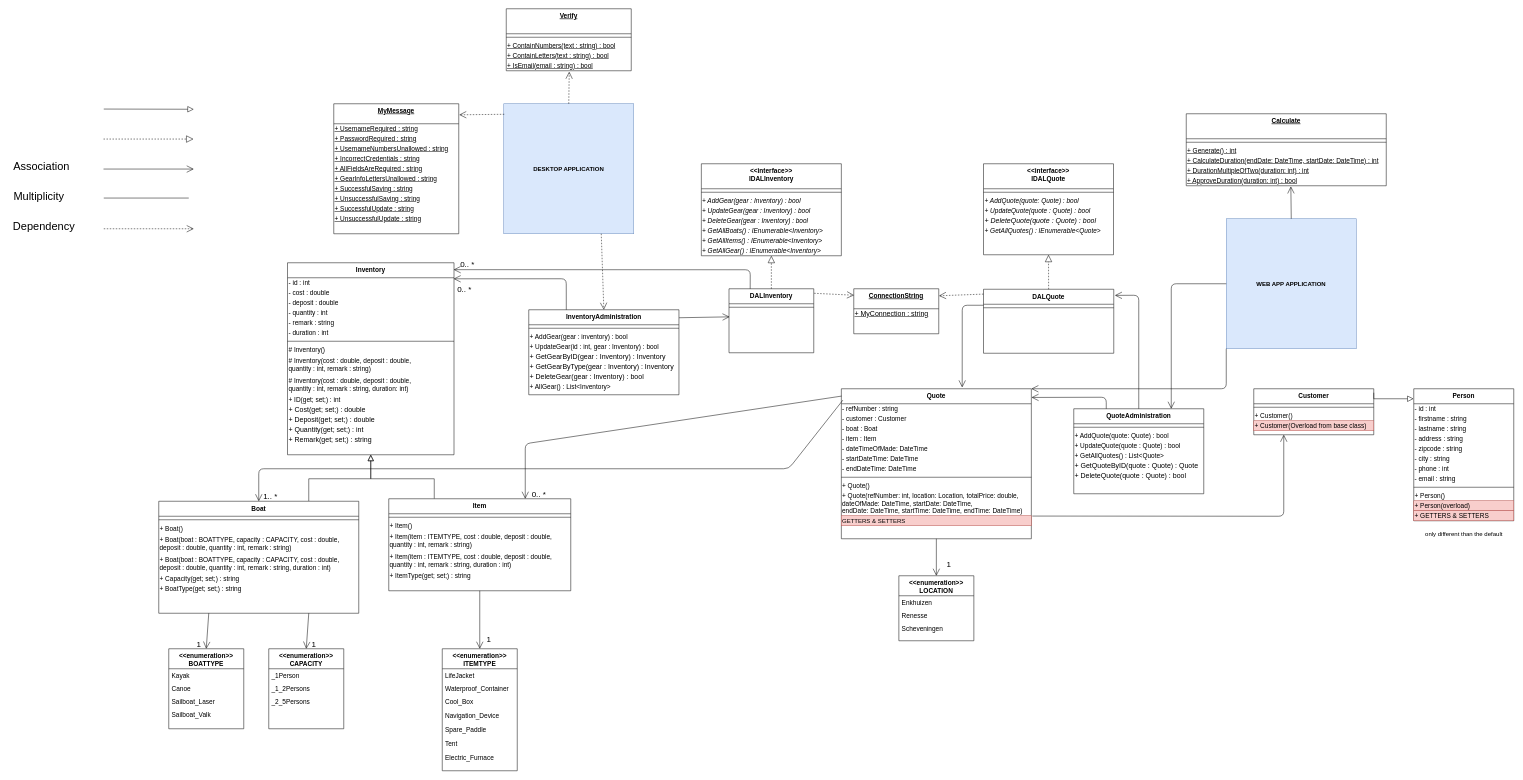
ismailchbiki/-t-Sloepke-B.V.-company keeps this draw.io diagram as Documentation/Synthesis Assignment.drawio. Above is the earlier version. Source tidied: cells renumbered, new cells numbered last; positions are measured from the earlier drawing's top-left corner, leaving out a move shared by most shapes. Both pictures are drawn from the tidied source at 50%, with x=0, y=0 at pixel (8, 8).
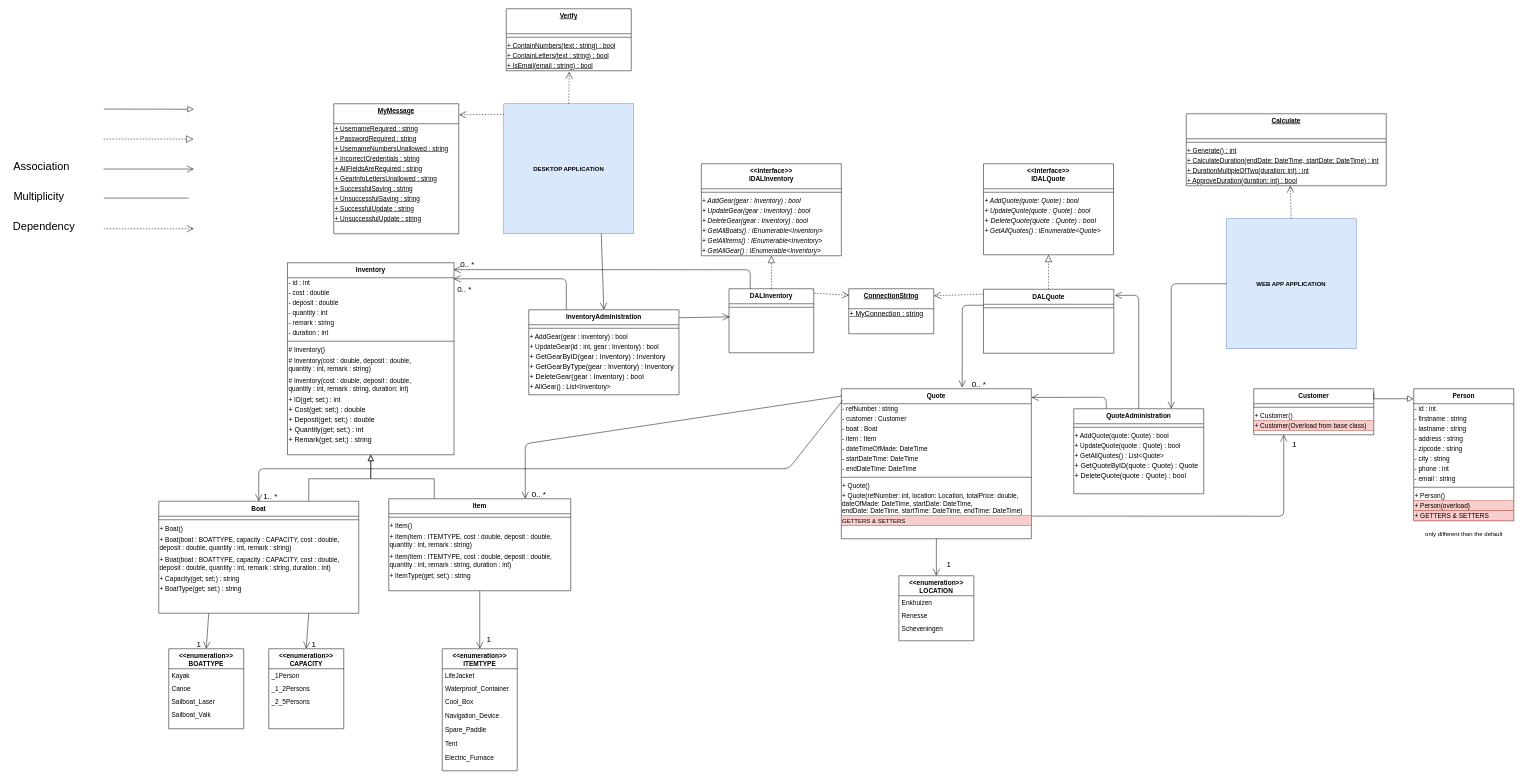
The same page after the edit.

Unchanged cells that the change refers to:
```xml
<mxCell id="61" value="InventoryAdministration" style="swimlane;fontStyle=1;align=center;verticalAlign=top;horizontal=1;startSize=30;rounded=0;shadow=0;strokeWidth=1;fontSize=13;" parent="1" vertex="1">
  <mxGeometry x="1040" y="602" width="300.4" height="170" as="geometry" />
</mxCell>
<mxCell id="122" value="Quote" style="swimlane;fontStyle=1;align=center;verticalAlign=top;horizontal=1;startSize=30;rounded=0;shadow=0;strokeWidth=1;fontSize=13;" parent="1" vertex="1">
  <mxGeometry x="1665.2" y="760" width="380" height="300" as="geometry" />
</mxCell>
<mxCell id="138" value="DESKTOP APPLICATION" style="whiteSpace=wrap;html=1;fontStyle=1;fillColor=#dae8fc;strokeColor=#6c8ebf;" parent="1" vertex="1">
  <mxGeometry x="990" y="190" width="260" height="260" as="geometry" />
</mxCell>
<mxCell id="166" value="WEB APP APPLICATION" style="whiteSpace=wrap;html=1;fontStyle=1;fillColor=#dae8fc;strokeColor=#6c8ebf;" parent="1" vertex="1">
  <mxGeometry x="2435" y="420" width="260" height="260" as="geometry" />
</mxCell>
<mxCell id="172" value="&lt;span style=&quot;font-size: 13px&quot;&gt;+ ApproveDuration(duration: int) : bool&lt;/span&gt;" style="text;html=1;align=left;verticalAlign=middle;points=[];strokeColor=none;fillColor=none;fontStyle=4;fontSize=14;" parent="167" vertex="1">
  <mxGeometry y="124" width="400" height="20" as="geometry" />
</mxCell>
```

The edit, as a diff of the source:
```diff
@@
     <mxCell id="79" value="ConnectionString" style="swimlane;fontStyle=5;align=center;verticalAlign=top;horizontal=1;startSize=40;rounded=0;shadow=0;strokeWidth=1;fontSize=13;" parent="1" vertex="1">
-      <mxGeometry x="1690" y="560" width="170" height="90" as="geometry" />
+      <mxGeometry x="1680" y="560" width="170" height="90" as="geometry" />
     </mxCell>
@@
-    <mxCell id="155" style="endArrow=open;endSize=12;dashed=1;html=1;fontStyle=1;fontSize=13;entryX=0.5;entryY=0;entryDx=0;entryDy=0;exitX=0.75;exitY=1;exitDx=0;exitDy=0;" parent="1" edge="1" source="138" target="61">
-      <mxGeometry relative="1" as="geometry" />
-    </mxCell>
@@
-    <mxCell id="173" style="endArrow=open;endFill=1;endSize=12;html=1;fontStyle=1;fontSize=10;strokeWidth=1;exitX=0.5;exitY=0;exitDx=0;exitDy=0;entryX=0.523;entryY=1.067;entryDx=0;entryDy=0;entryPerimeter=0;" parent="1" edge="1" source="166" target="172">
-      <mxGeometry relative="1" as="geometry" />
-    </mxCell>
-    <mxCell id="174" style="endArrow=open;endFill=1;endSize=12;html=1;fontStyle=1;fontSize=10;strokeWidth=1;exitX=0;exitY=1;exitDx=0;exitDy=0;entryX=1;entryY=0;entryDx=0;entryDy=0;" parent="1" edge="1" source="166" target="122">
-      <mxGeometry relative="1" as="geometry">
-        <Array as="points">
-          <mxPoint x="2435" y="760" />
-        </Array>
-      </mxGeometry>
-    </mxCell>
@@
+    <mxCell id="183" value="1" style="text;html=1;align=center;verticalAlign=middle;strokeColor=none;fillColor=none;fontSize=16;fontStyle=0;" parent="1" vertex="1">
+      <mxGeometry x="2561" y="860" width="20" height="20" as="geometry" />
+    </mxCell>
+    <mxCell id="184" value="0.. *" style="text;html=1;align=center;verticalAlign=middle;strokeColor=none;fillColor=none;fontSize=16;fontStyle=0;" parent="1" vertex="1">
+      <mxGeometry x="1920" y="740" width="40" height="20" as="geometry" />
+    </mxCell>
+    <mxCell id="173" style="endArrow=open;endSize=12;dashed=1;html=1;fontStyle=1;fontSize=13;entryX=0.52;entryY=0.986;entryDx=0;entryDy=0;exitX=0.5;exitY=0;exitDx=0;exitDy=0;entryPerimeter=0;" parent="1" edge="1" source="166" target="172">
+      <mxGeometry relative="1" as="geometry" />
+    </mxCell>
+    <mxCell id="155" style="endArrow=open;endFill=1;endSize=12;html=1;fontStyle=1;fontSize=10;strokeWidth=1;exitX=0.75;exitY=1;exitDx=0;exitDy=0;entryX=0.5;entryY=0;entryDx=0;entryDy=0;" parent="1" edge="1" source="138" target="61">
+      <mxGeometry relative="1" as="geometry" />
+    </mxCell>
```
